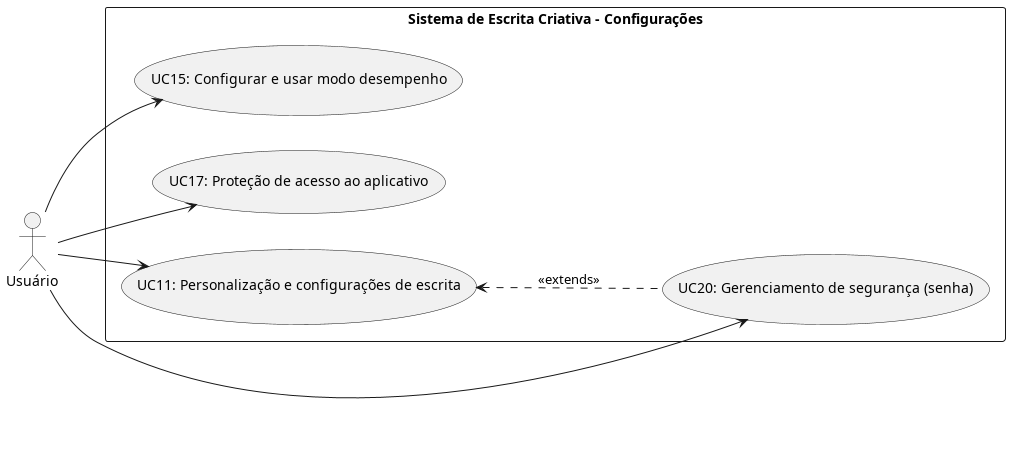
aspiringluke/Projeto-Integrado-Mobile keeps this PlantUML diagram as docs/casosUso/imagens/diagramas_gerais/UC_Configuracoes.png. Above is the earlier version. Source of this version:
```plantuml
@startuml UC_Configuracoes
left to right direction

actor "Usuário" as U

rectangle "Sistema de Escrita Criativa - Configurações" {
    usecase "UC15: Configurar e usar modo desempenho" as UC15
    usecase "UC17: Proteção de acesso ao aplicativo" as UC17
    usecase "UC11: Personalização e configurações de escrita" as UC11
    usecase "UC20: Gerenciamento de segurança (senha)" as UC20
}

UC11 <.-. UC20: <<extends>>

U --> UC15
U --> UC17
U --> UC11
U --> UC20
@enduml
```
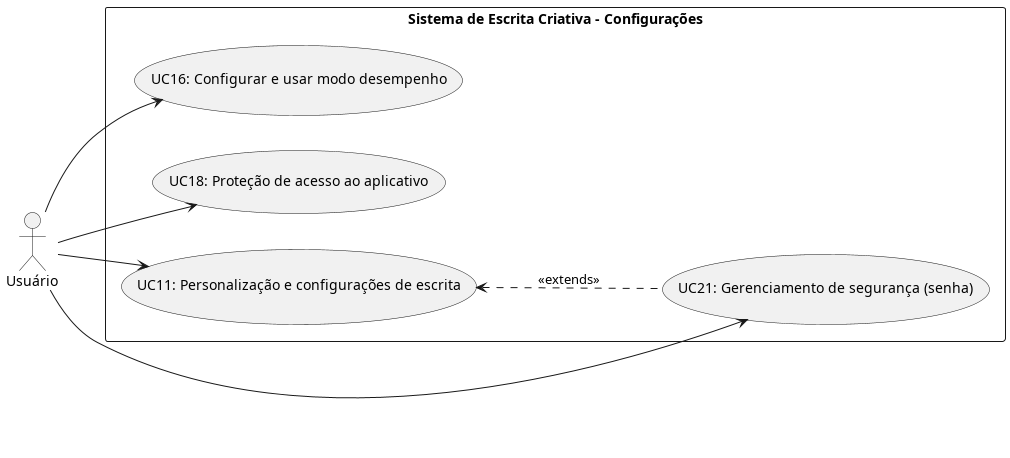
After the commit.

The edit, as a diff of the source:
```diff
@@ -4,16 +4,16 @@
 actor "Usuário" as U
 
 rectangle "Sistema de Escrita Criativa - Configurações" {
-    usecase "UC15: Configurar e usar modo desempenho" as UC15
-    usecase "UC17: Proteção de acesso ao aplicativo" as UC17
+    usecase "UC16: Configurar e usar modo desempenho" as UC16
+    usecase "UC18: Proteção de acesso ao aplicativo" as UC18
     usecase "UC11: Personalização e configurações de escrita" as UC11
-    usecase "UC20: Gerenciamento de segurança (senha)" as UC20
+    usecase "UC21: Gerenciamento de segurança (senha)" as UC21
 }
 
-UC11 <.-. UC20: <<extends>>
+UC11 <.-. UC21: <<extends>>
 
-U --> UC15
-U --> UC17
+U --> UC16
+U --> UC18
 U --> UC11
-U --> UC20
+U --> UC21
 @enduml
```
